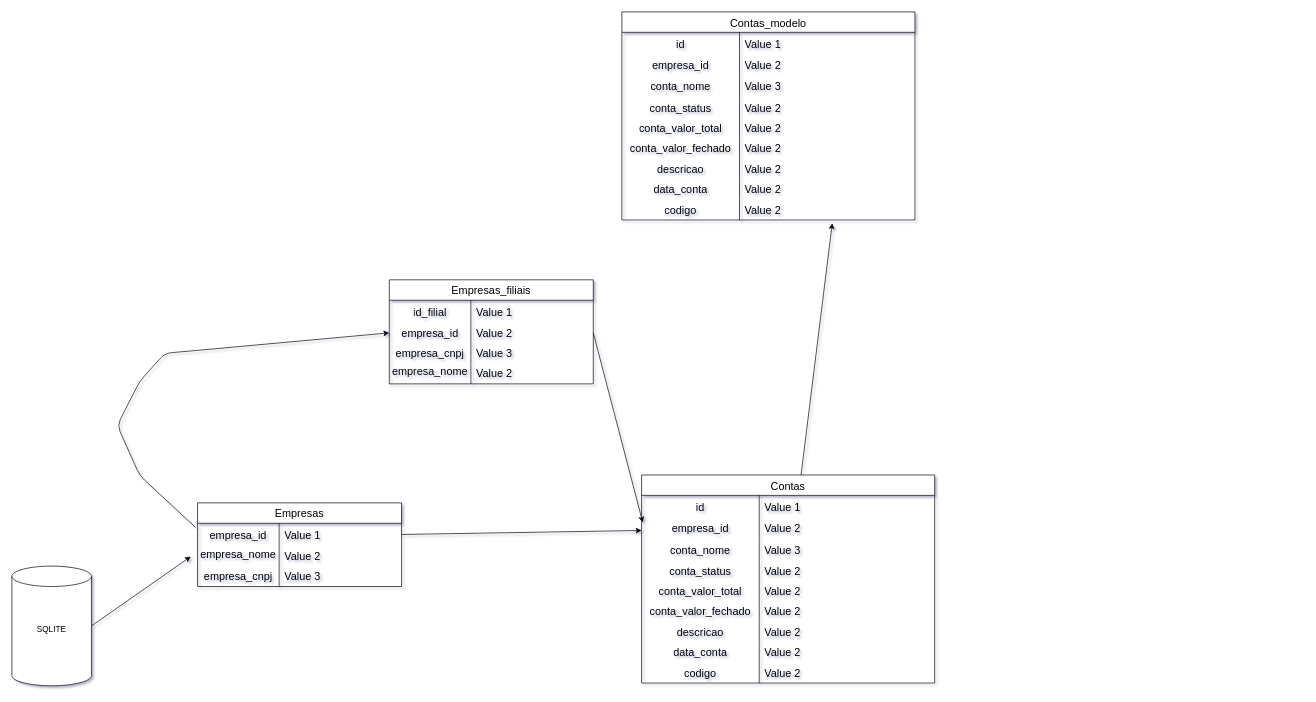
The draw.io diagram db.drawio in GabigolDEVPY/Gestao-DP-contabil, before the edit. Source tidied: cells renumbered, new cells numbered last; positions are measured from the earlier drawing's top-left corner, leaving out a move shared by most shapes. Both pictures are drawn from the tidied source at 68%, with x=0, y=0 at pixel (12, 12).
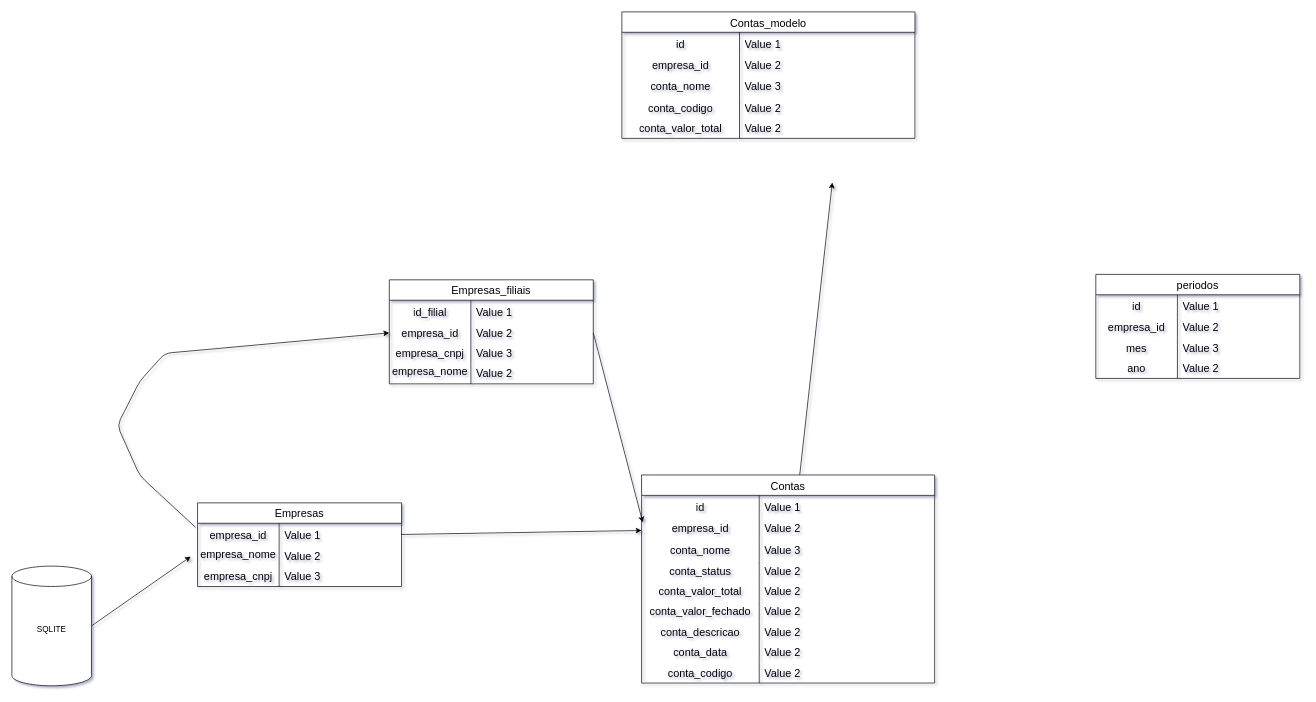
After the change.

Unchanged cells that the change refers to:
```xml
<mxCell id="28" value="Contas" style="shape=table;startSize=30;childLayout=tableLayout;rowLines=0;fontStyle=0;strokeColor=default;fontSize=16;" parent="1" vertex="1">
  <mxGeometry x="926" y="681" width="431" height="306" as="geometry" />
</mxCell>
<mxCell id="47" style="shape=tableRow;horizontal=0;startSize=0;swimlaneHead=0;swimlaneBody=0;top=0;left=0;bottom=0;right=0;fillColor=none;strokeColor=inherit;fontSize=16;" parent="28" vertex="1">
  <mxGeometry y="216" width="431" height="30" as="geometry" />
</mxCell>
<mxCell id="50" style="shape=tableRow;horizontal=0;startSize=0;swimlaneHead=0;swimlaneBody=0;top=0;left=0;bottom=0;right=0;fillColor=none;strokeColor=inherit;fontSize=16;" parent="28" vertex="1">
  <mxGeometry y="246" width="431" height="30" as="geometry" />
</mxCell>
<mxCell id="53" style="shape=tableRow;horizontal=0;startSize=0;swimlaneHead=0;swimlaneBody=0;top=0;left=0;bottom=0;right=0;fillColor=none;strokeColor=inherit;fontSize=16;" parent="28" vertex="1">
  <mxGeometry y="276" width="431" height="30" as="geometry" />
</mxCell>
<mxCell id="66" style="shape=tableRow;horizontal=0;startSize=0;swimlaneHead=0;swimlaneBody=0;top=0;left=0;bottom=0;right=0;fillColor=none;strokeColor=inherit;fontSize=16;" parent="56" vertex="1">
  <mxGeometry y="126" width="431" height="30" as="geometry" />
</mxCell>
```

What changed in the source:
```diff
@@
-    <mxCell id="48" value="&lt;div&gt;descricao&lt;/div&gt;" style="shape=partialRectangle;html=1;whiteSpace=wrap;fillColor=none;top=0;left=0;bottom=0;right=0;overflow=hidden;strokeColor=inherit;fontSize=16;" parent="47" vertex="1">
+    <mxCell id="48" value="&lt;div&gt;conta_descricao&lt;/div&gt;" style="shape=partialRectangle;html=1;whiteSpace=wrap;fillColor=none;top=0;left=0;bottom=0;right=0;overflow=hidden;strokeColor=inherit;fontSize=16;" parent="47" vertex="1">
       <mxGeometry width="173" height="30" as="geometry" />
     </mxCell>
@@
-    <mxCell id="51" value="&lt;div&gt;data_conta&lt;/div&gt;" style="shape=partialRectangle;html=1;whiteSpace=wrap;fillColor=none;top=0;left=0;bottom=0;right=0;overflow=hidden;strokeColor=inherit;fontSize=16;" parent="50" vertex="1">
+    <mxCell id="51" value="&lt;div&gt;conta_data&lt;/div&gt;" style="shape=partialRectangle;html=1;whiteSpace=wrap;fillColor=none;top=0;left=0;bottom=0;right=0;overflow=hidden;strokeColor=inherit;fontSize=16;" parent="50" vertex="1">
       <mxGeometry width="173" height="30" as="geometry" />
     </mxCell>
@@
-    <mxCell id="54" value="&lt;div&gt;codigo&lt;/div&gt;" style="shape=partialRectangle;html=1;whiteSpace=wrap;fillColor=none;top=0;left=0;bottom=0;right=0;overflow=hidden;strokeColor=inherit;fontSize=16;" parent="53" vertex="1">
+    <mxCell id="54" value="&lt;div&gt;conta_codigo&lt;/div&gt;" style="shape=partialRectangle;html=1;whiteSpace=wrap;fillColor=none;top=0;left=0;bottom=0;right=0;overflow=hidden;strokeColor=inherit;fontSize=16;" parent="53" vertex="1">
       <mxGeometry width="173" height="30" as="geometry" />
     </mxCell>
@@
     <mxCell id="56" value="Contas_modelo" style="shape=table;startSize=30;childLayout=tableLayout;rowLines=0;fontStyle=0;strokeColor=default;fontSize=16;" parent="1" vertex="1">
-      <mxGeometry x="897" width="431" height="306" as="geometry" />
+      <mxGeometry x="897" width="431" height="186" as="geometry" />
     </mxCell>
@@
-    <mxCell id="67" value="&lt;div&gt;conta_status&lt;/div&gt;" style="shape=partialRectangle;html=1;whiteSpace=wrap;fillColor=none;top=0;left=0;bottom=0;right=0;overflow=hidden;strokeColor=inherit;fontSize=16;" parent="66" vertex="1">
+    <mxCell id="67" value="conta_codigo" style="shape=partialRectangle;html=1;whiteSpace=wrap;fillColor=none;top=0;left=0;bottom=0;right=0;overflow=hidden;strokeColor=inherit;fontSize=16;" parent="66" vertex="1">
       <mxGeometry width="173" height="30" as="geometry" />
     </mxCell>
@@
-    <mxCell id="72" style="shape=tableRow;horizontal=0;startSize=0;swimlaneHead=0;swimlaneBody=0;top=0;left=0;bottom=0;right=0;fillColor=none;strokeColor=inherit;fontSize=16;" parent="56" vertex="1">
-      <mxGeometry y="186" width="431" height="30" as="geometry" />
-    </mxCell>
-    <mxCell id="73" value="&lt;div&gt;conta_valor_fechado&lt;/div&gt;" style="shape=partialRectangle;html=1;whiteSpace=wrap;fillColor=none;top=0;left=0;bottom=0;right=0;overflow=hidden;strokeColor=inherit;fontSize=16;" parent="72" vertex="1">
-      <mxGeometry width="173" height="30" as="geometry" />
-    </mxCell>
-    <mxCell id="74" value="Value 2" style="shape=partialRectangle;html=1;whiteSpace=wrap;fillColor=none;top=0;left=0;bottom=0;right=0;align=left;spacingLeft=6;overflow=hidden;strokeColor=inherit;fontSize=16;" parent="72" vertex="1">
-      <mxGeometry x="173" width="258" height="30" as="geometry" />
-    </mxCell>
-    <mxCell id="75" style="shape=tableRow;horizontal=0;startSize=0;swimlaneHead=0;swimlaneBody=0;top=0;left=0;bottom=0;right=0;fillColor=none;strokeColor=inherit;fontSize=16;" parent="56" vertex="1">
-      <mxGeometry y="216" width="431" height="30" as="geometry" />
-    </mxCell>
-    <mxCell id="76" value="&lt;div&gt;descricao&lt;/div&gt;" style="shape=partialRectangle;html=1;whiteSpace=wrap;fillColor=none;top=0;left=0;bottom=0;right=0;overflow=hidden;strokeColor=inherit;fontSize=16;" parent="75" vertex="1">
-      <mxGeometry width="173" height="30" as="geometry" />
-    </mxCell>
-    <mxCell id="77" value="Value 2" style="shape=partialRectangle;html=1;whiteSpace=wrap;fillColor=none;top=0;left=0;bottom=0;right=0;align=left;spacingLeft=6;overflow=hidden;strokeColor=inherit;fontSize=16;" parent="75" vertex="1">
-      <mxGeometry x="173" width="258" height="30" as="geometry" />
-    </mxCell>
-    <mxCell id="78" style="shape=tableRow;horizontal=0;startSize=0;swimlaneHead=0;swimlaneBody=0;top=0;left=0;bottom=0;right=0;fillColor=none;strokeColor=inherit;fontSize=16;" parent="56" vertex="1">
-      <mxGeometry y="246" width="431" height="30" as="geometry" />
-    </mxCell>
-    <mxCell id="79" value="&lt;div&gt;data_conta&lt;/div&gt;" style="shape=partialRectangle;html=1;whiteSpace=wrap;fillColor=none;top=0;left=0;bottom=0;right=0;overflow=hidden;strokeColor=inherit;fontSize=16;" parent="78" vertex="1">
-      <mxGeometry width="173" height="30" as="geometry" />
-    </mxCell>
-    <mxCell id="80" value="Value 2" style="shape=partialRectangle;html=1;whiteSpace=wrap;fillColor=none;top=0;left=0;bottom=0;right=0;align=left;spacingLeft=6;overflow=hidden;strokeColor=inherit;fontSize=16;" parent="78" vertex="1">
-      <mxGeometry x="173" width="258" height="30" as="geometry" />
-    </mxCell>
-    <mxCell id="81" style="shape=tableRow;horizontal=0;startSize=0;swimlaneHead=0;swimlaneBody=0;top=0;left=0;bottom=0;right=0;fillColor=none;points=[[0,0.5],[1,0.5]];portConstraint=eastwest;strokeColor=inherit;fontSize=16;" parent="56" vertex="1">
-      <mxGeometry y="276" width="431" height="30" as="geometry" />
-    </mxCell>
-    <mxCell id="82" value="&lt;div&gt;codigo&lt;/div&gt;" style="shape=partialRectangle;html=1;whiteSpace=wrap;fillColor=none;top=0;left=0;bottom=0;right=0;overflow=hidden;strokeColor=inherit;fontSize=16;" parent="81" vertex="1">
-      <mxGeometry width="173" height="30" as="geometry" />
-    </mxCell>
-    <mxCell id="83" value="Value 2" style="shape=partialRectangle;html=1;whiteSpace=wrap;fillColor=none;top=0;left=0;bottom=0;right=0;align=left;spacingLeft=6;overflow=hidden;strokeColor=inherit;fontSize=16;" parent="81" vertex="1">
-      <mxGeometry x="173" width="258" height="30" as="geometry" />
-    </mxCell>
@@
-    <mxCell id="86" style="edgeStyle=none;html=1;entryX=0.718;entryY=1.159;entryDx=0;entryDy=0;entryPerimeter=0;" parent="1" edge="1" source="28" target="81">
-      <mxGeometry relative="1" as="geometry" />
+    <mxCell id="86" style="edgeStyle=none;html=1;entryX=0.718;entryY=1.159;entryDx=0;entryDy=0;entryPerimeter=0;" parent="1" edge="1" source="28">
+      <mxGeometry relative="1" as="geometry">
+        <mxPoint x="1206.5" y="250.8" as="targetPoint" />
+      </mxGeometry>
     </mxCell>
+    <mxCell id="87" value="periodos" style="shape=table;startSize=30;childLayout=tableLayout;rowLines=0;fontStyle=0;strokeColor=default;fontSize=16;" parent="1" vertex="1">
+      <mxGeometry x="1594" y="386" width="300" height="153" as="geometry" />
+    </mxCell>
+    <mxCell id="88" style="shape=tableRow;horizontal=0;startSize=0;swimlaneHead=0;swimlaneBody=0;top=0;left=0;bottom=0;right=0;fillColor=none;strokeColor=inherit;fontSize=16;" parent="87" vertex="1">
+      <mxGeometry y="30" width="300" height="33" as="geometry" />
+    </mxCell>
+    <mxCell id="89" value="id" style="shape=partialRectangle;html=1;whiteSpace=wrap;fillColor=none;top=0;left=0;bottom=0;right=0;overflow=hidden;strokeColor=inherit;fontSize=16;" parent="88" vertex="1">
+      <mxGeometry width="120" height="33" as="geometry" />
+    </mxCell>
+    <mxCell id="90" value="Value 1" style="shape=partialRectangle;html=1;whiteSpace=wrap;fillColor=none;top=0;left=0;bottom=0;right=0;align=left;spacingLeft=6;overflow=hidden;strokeColor=inherit;fontSize=16;" parent="88" vertex="1">
+      <mxGeometry x="120" width="180" height="33" as="geometry" />
+    </mxCell>
+    <mxCell id="91" style="shape=tableRow;horizontal=0;startSize=0;swimlaneHead=0;swimlaneBody=0;top=0;left=0;bottom=0;right=0;fillColor=none;strokeColor=inherit;fontSize=16;" parent="87" vertex="1">
+      <mxGeometry y="63" width="300" height="30" as="geometry" />
+    </mxCell>
+    <mxCell id="92" value="&lt;div&gt;empresa_id&lt;/div&gt;" style="shape=partialRectangle;html=1;whiteSpace=wrap;fillColor=none;top=0;left=0;bottom=0;right=0;overflow=hidden;strokeColor=inherit;fontSize=16;" parent="91" vertex="1">
+      <mxGeometry width="120" height="30" as="geometry" />
+    </mxCell>
+    <mxCell id="93" value="Value 2" style="shape=partialRectangle;html=1;whiteSpace=wrap;fillColor=none;top=0;left=0;bottom=0;right=0;align=left;spacingLeft=6;overflow=hidden;strokeColor=inherit;fontSize=16;" parent="91" vertex="1">
+      <mxGeometry x="120" width="180" height="30" as="geometry" />
+    </mxCell>
+    <mxCell id="94" style="shape=tableRow;horizontal=0;startSize=0;swimlaneHead=0;swimlaneBody=0;top=0;left=0;bottom=0;right=0;fillColor=none;strokeColor=inherit;fontSize=16;" parent="87" vertex="1">
+      <mxGeometry y="93" width="300" height="30" as="geometry" />
+    </mxCell>
+    <mxCell id="95" value="mes" style="shape=partialRectangle;html=1;whiteSpace=wrap;fillColor=none;top=0;left=0;bottom=0;right=0;overflow=hidden;strokeColor=inherit;fontSize=16;" parent="94" vertex="1">
+      <mxGeometry width="120" height="30" as="geometry" />
+    </mxCell>
+    <mxCell id="96" value="Value 3" style="shape=partialRectangle;html=1;whiteSpace=wrap;fillColor=none;top=0;left=0;bottom=0;right=0;align=left;spacingLeft=6;overflow=hidden;strokeColor=inherit;fontSize=16;" parent="94" vertex="1">
+      <mxGeometry x="120" width="180" height="30" as="geometry" />
+    </mxCell>
+    <mxCell id="97" style="shape=tableRow;horizontal=0;startSize=0;swimlaneHead=0;swimlaneBody=0;top=0;left=0;bottom=0;right=0;fillColor=none;strokeColor=inherit;fontSize=16;" parent="87" vertex="1">
+      <mxGeometry y="123" width="300" height="30" as="geometry" />
+    </mxCell>
+    <mxCell id="98" value="&lt;div&gt;ano&lt;/div&gt;" style="shape=partialRectangle;html=1;whiteSpace=wrap;fillColor=none;top=0;left=0;bottom=0;right=0;overflow=hidden;strokeColor=inherit;fontSize=16;" parent="97" vertex="1">
+      <mxGeometry width="120" height="30" as="geometry" />
+    </mxCell>
+    <mxCell id="99" value="Value 2" style="shape=partialRectangle;html=1;whiteSpace=wrap;fillColor=none;top=0;left=0;bottom=0;right=0;align=left;spacingLeft=6;overflow=hidden;strokeColor=inherit;fontSize=16;" parent="97" vertex="1">
+      <mxGeometry x="120" width="180" height="30" as="geometry" />
+    </mxCell>
```
